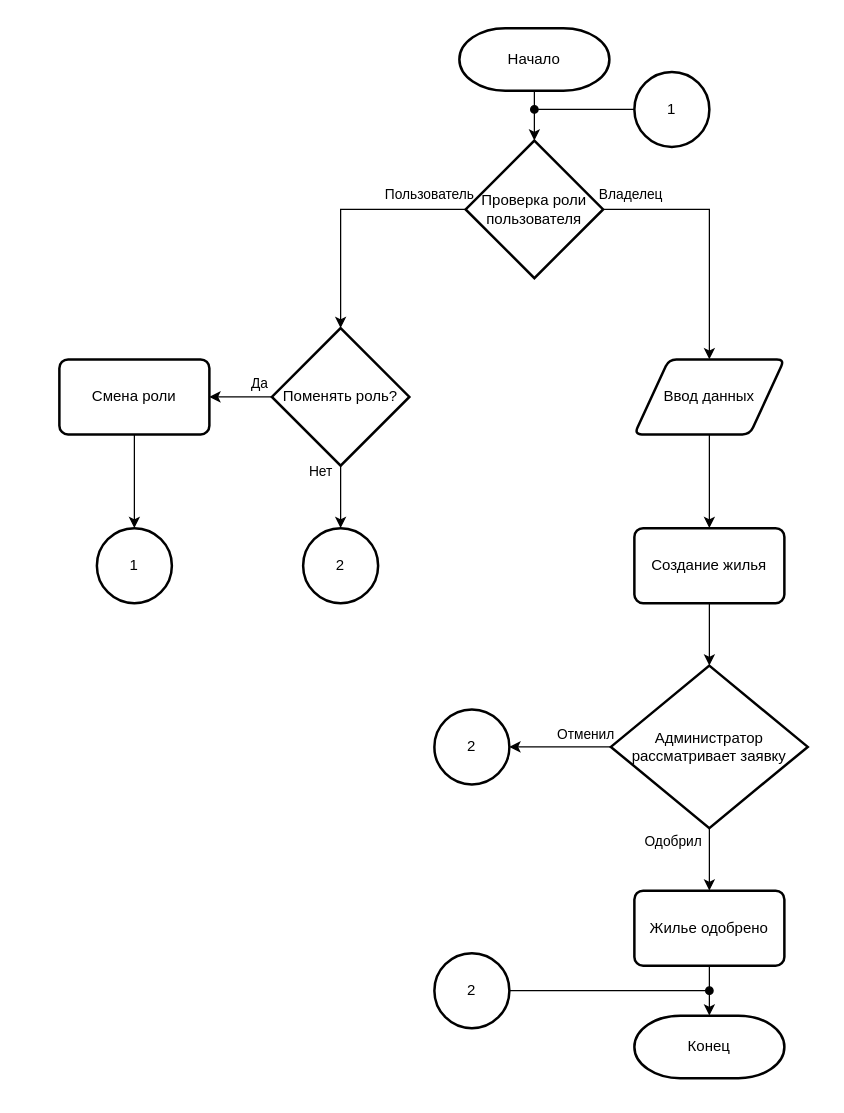
This is KURSACH/Алгоритм создания жилья.drawio from Slnpa/Diplom, a draw.io file, before an edit. Source tidied: cells renumbered, new cells numbered last; positions are measured from the earlier drawing's top-left corner, leaving out a move shared by most shapes. Both pictures are drawn from the tidied source at 125%, with x=0, y=0 at pixel (59, 28).
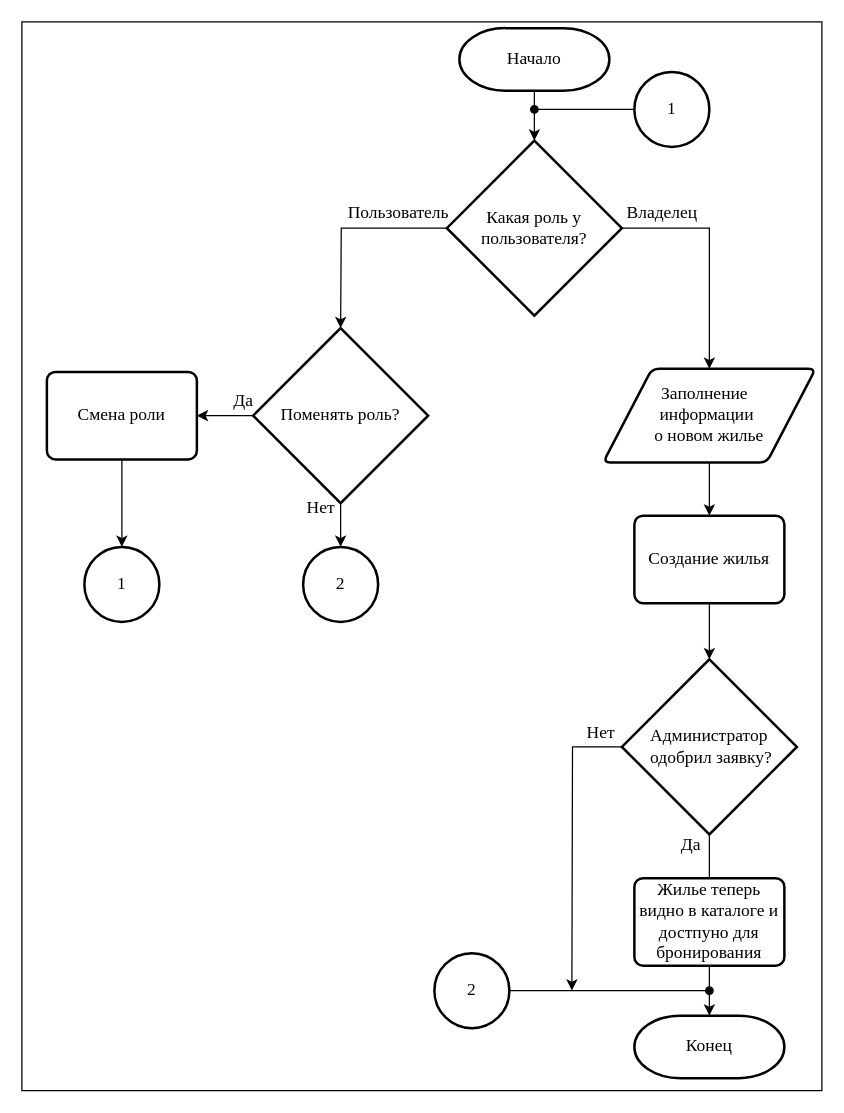
Above is the later version.

Change to the diagram source:
```diff
@@
+    <mxCell id="35" style="rounded=0;whiteSpace=wrap;html=1;" parent="1" vertex="1">
+      <mxGeometry x="-30" y="-5" width="640" height="855" as="geometry" />
+    </mxCell>
-    <mxCell id="2" style="edgeStyle=orthogonalEdgeStyle;rounded=0;jettySize=auto;html=1;" parent="1" edge="1" source="3" target="8">
-      <mxGeometry relative="1" as="geometry" />
+    <mxCell id="2" style="edgeStyle=orthogonalEdgeStyle;rounded=0;jettySize=auto;html=1;fontFamily=Times New Roman;fontSize=14;" parent="1" edge="1" source="3">
+      <mxGeometry relative="1" as="geometry">
+        <mxPoint x="380" y="90" as="targetPoint" />
+      </mxGeometry>
     </mxCell>
-    <mxCell id="3" value="Начало" style="strokeWidth=2;html=1;shape=mxgraph.flowchart.terminator;whiteSpace=wrap;" parent="1" vertex="1">
+    <mxCell id="3" value="Начало" style="strokeWidth=2;html=1;shape=mxgraph.flowchart.terminator;whiteSpace=wrap;fontFamily=Times New Roman;fontSize=14;" parent="1" vertex="1">
       <mxGeometry x="320" width="120" height="50" as="geometry" />
     </mxCell>
-    <mxCell id="4" style="edgeStyle=orthogonalEdgeStyle;rounded=0;jettySize=auto;html=1;" parent="1" edge="1" source="8" target="15">
-      <mxGeometry relative="1" as="geometry" />
+    <mxCell id="4" style="edgeStyle=orthogonalEdgeStyle;rounded=0;jettySize=auto;html=1;fontFamily=Times New Roman;fontSize=14;" parent="1" edge="1" source="36">
+      <mxGeometry relative="1" as="geometry">
+        <mxPoint x="225" y="240" as="targetPoint" />
+      </mxGeometry>
     </mxCell>
-    <mxCell id="5" value="Пользователь" style="edgeLabel;html=1;align=center;verticalAlign=middle;" parent="4" vertex="1">
+    <mxCell id="5" value="Пользователь" style="edgeLabel;html=1;align=center;verticalAlign=middle;fontFamily=Times New Roman;fontSize=14;" parent="4" vertex="1">
       <mxGeometry x="-0.76" relative="1" as="geometry">
-        <mxPoint x="-7" y="-13" as="offset" />
+        <mxPoint x="-20" y="-13" as="offset" />
       </mxGeometry>
     </mxCell>
-    <mxCell id="6" style="edgeStyle=orthogonalEdgeStyle;rounded=0;jettySize=auto;html=1;" parent="1" edge="1" source="8" target="19">
-      <mxGeometry relative="1" as="geometry" />
+    <mxCell id="6" style="edgeStyle=orthogonalEdgeStyle;rounded=0;jettySize=auto;html=1;fontFamily=Times New Roman;fontSize=14;" parent="1" edge="1" source="36" target="19">
+      <mxGeometry relative="1" as="geometry">
+        <Array as="points">
+          <mxPoint x="520" y="160" />
+        </Array>
+      </mxGeometry>
     </mxCell>
-    <mxCell id="7" value="Владелец" style="edgeLabel;html=1;align=center;verticalAlign=middle;" parent="6" vertex="1">
+    <mxCell id="7" value="Владелец" style="edgeLabel;html=1;align=center;verticalAlign=middle;fontFamily=Times New Roman;fontSize=14;" parent="6" vertex="1">
       <mxGeometry x="-0.85" y="-1" relative="1" as="geometry">
-        <mxPoint x="6" y="-14" as="offset" />
+        <mxPoint x="17" y="-14" as="offset" />
       </mxGeometry>
     </mxCell>
-    <mxCell id="8" value="Проверка роли пользователя" style="strokeWidth=2;html=1;shape=mxgraph.flowchart.decision;whiteSpace=wrap;" parent="1" vertex="1">
-      <mxGeometry x="325" y="90" width="110" height="110" as="geometry" />
-    </mxCell>
-    <mxCell id="9" style="edgeStyle=orthogonalEdgeStyle;rounded=0;orthogonalLoop=1;jettySize=auto;html=1;endArrow=oval;endFill=1;" parent="1" edge="1">
+    <mxCell id="9" style="edgeStyle=orthogonalEdgeStyle;rounded=0;orthogonalLoop=1;jettySize=auto;html=1;endArrow=oval;endFill=1;fontFamily=Times New Roman;fontSize=14;" parent="1" edge="1">
       <mxGeometry relative="1" as="geometry">
         <mxPoint x="460" y="65" as="sourcePoint" />
         <mxPoint x="380" y="65" as="targetPoint" />
       </mxGeometry>
     </mxCell>
-    <mxCell id="10" value="1" style="strokeWidth=2;html=1;shape=mxgraph.flowchart.start_2;whiteSpace=wrap;" parent="1" vertex="1">
+    <mxCell id="10" value="1" style="strokeWidth=2;html=1;shape=mxgraph.flowchart.start_2;whiteSpace=wrap;fontFamily=Times New Roman;fontSize=14;" parent="1" vertex="1">
       <mxGeometry x="460" y="35" width="60" height="60" as="geometry" />
     </mxCell>
-    <mxCell id="11" style="edgeStyle=orthogonalEdgeStyle;rounded=0;jettySize=auto;html=1;" parent="1" edge="1" source="15" target="17">
+    <mxCell id="11" style="edgeStyle=orthogonalEdgeStyle;rounded=0;jettySize=auto;html=1;fontFamily=Times New Roman;fontSize=14;" parent="1" edge="1" source="15" target="17">
       <mxGeometry relative="1" as="geometry" />
     </mxCell>
-    <mxCell id="12" value="Нет" style="edgeLabel;html=1;align=center;verticalAlign=middle;" parent="11" vertex="1">
+    <mxCell id="12" value="Нет" style="edgeLabel;html=1;align=center;verticalAlign=middle;fontFamily=Times New Roman;fontSize=14;" parent="11" vertex="1">
       <mxGeometry x="-0.62" y="-1" relative="1" as="geometry">
         <mxPoint x="-16" y="-6" as="offset" />
       </mxGeometry>
     </mxCell>
-    <mxCell id="13" style="edgeStyle=orthogonalEdgeStyle;rounded=0;jettySize=auto;html=1;" parent="1" edge="1" source="15" target="34">
+    <mxCell id="13" style="edgeStyle=orthogonalEdgeStyle;rounded=0;jettySize=auto;html=1;fontFamily=Times New Roman;fontSize=14;" parent="1" edge="1" source="15" target="34">
       <mxGeometry relative="1" as="geometry" />
     </mxCell>
-    <mxCell id="14" value="Да" style="edgeLabel;html=1;align=center;verticalAlign=middle;" parent="13" vertex="1">
+    <mxCell id="14" value="Да" style="edgeLabel;html=1;align=center;verticalAlign=middle;fontFamily=Times New Roman;fontSize=14;" parent="13" vertex="1">
       <mxGeometry x="-0.24" y="-1" relative="1" as="geometry">
         <mxPoint x="8" y="-11" as="offset" />
       </mxGeometry>
     </mxCell>
-    <mxCell id="15" value="Поменять роль?" style="strokeWidth=2;html=1;shape=mxgraph.flowchart.decision;whiteSpace=wrap;" parent="1" vertex="1">
-      <mxGeometry x="170" y="240" width="110" height="110" as="geometry" />
-    </mxCell>
-    <mxCell id="16" value="1" style="strokeWidth=2;html=1;shape=mxgraph.flowchart.start_2;whiteSpace=wrap;" parent="1" vertex="1">
-      <mxGeometry x="30" y="400" width="60" height="60" as="geometry" />
+    <mxCell id="16" value="1" style="strokeWidth=2;html=1;shape=mxgraph.flowchart.start_2;whiteSpace=wrap;fontFamily=Times New Roman;fontSize=14;" parent="1" vertex="1">
+      <mxGeometry x="20" y="415" width="60" height="60" as="geometry" />
     </mxCell>
-    <mxCell id="17" value="2" style="strokeWidth=2;html=1;shape=mxgraph.flowchart.start_2;whiteSpace=wrap;" parent="1" vertex="1">
-      <mxGeometry x="195" y="400" width="60" height="60" as="geometry" />
+    <mxCell id="17" value="2" style="strokeWidth=2;html=1;shape=mxgraph.flowchart.start_2;whiteSpace=wrap;fontFamily=Times New Roman;fontSize=14;" parent="1" vertex="1">
+      <mxGeometry x="195" y="415" width="60" height="60" as="geometry" />
     </mxCell>
-    <mxCell id="18" style="edgeStyle=orthogonalEdgeStyle;rounded=0;jettySize=auto;html=1;" parent="1" edge="1" source="19" target="21">
+    <mxCell id="18" style="edgeStyle=orthogonalEdgeStyle;rounded=0;jettySize=auto;html=1;fontFamily=Times New Roman;fontSize=14;" parent="1" edge="1" source="19" target="21">
       <mxGeometry relative="1" as="geometry" />
     </mxCell>
-    <mxCell id="19" value="Ввод данных" style="shape=parallelogram;html=1;strokeWidth=2;perimeter=parallelogramPerimeter;whiteSpace=wrap;rounded=1;arcSize=12;size=0.23;" parent="1" vertex="1">
-      <mxGeometry x="460" y="265" width="120" height="60" as="geometry" />
+    <mxCell id="19" value="Заполнение&amp;nbsp;&amp;nbsp;&lt;div&gt;информации&amp;nbsp;&lt;/div&gt;&lt;div&gt;о новом жилье&lt;/div&gt;" style="shape=parallelogram;html=1;strokeWidth=2;perimeter=parallelogramPerimeter;whiteSpace=wrap;rounded=1;arcSize=12;size=0.23;fontFamily=Times New Roman;fontSize=14;" parent="1" vertex="1">
+      <mxGeometry x="435" y="272.5" width="170" height="75" as="geometry" />
     </mxCell>
-    <mxCell id="20" style="edgeStyle=orthogonalEdgeStyle;rounded=0;jettySize=auto;html=1;" parent="1" edge="1" source="21" target="26">
+    <mxCell id="20" style="edgeStyle=orthogonalEdgeStyle;rounded=0;jettySize=auto;html=1;fontFamily=Times New Roman;fontSize=14;" parent="1" edge="1" source="21" target="26">
       <mxGeometry relative="1" as="geometry" />
     </mxCell>
-    <mxCell id="21" value="Создание жилья" style="rounded=1;whiteSpace=wrap;html=1;absoluteArcSize=1;arcSize=14;strokeWidth=2;" parent="1" vertex="1">
-      <mxGeometry x="460" y="400" width="120" height="60" as="geometry" />
+    <mxCell id="21" value="Создание жилья" style="rounded=1;whiteSpace=wrap;html=1;absoluteArcSize=1;arcSize=14;strokeWidth=2;fontFamily=Times New Roman;fontSize=14;" parent="1" vertex="1">
+      <mxGeometry x="460" y="390" width="120" height="70" as="geometry" />
     </mxCell>
-    <mxCell id="22" style="edgeStyle=orthogonalEdgeStyle;rounded=0;jettySize=auto;html=1;" parent="1" edge="1" source="26" target="27">
-      <mxGeometry relative="1" as="geometry" />
+    <mxCell id="22" style="edgeStyle=orthogonalEdgeStyle;rounded=0;jettySize=auto;html=1;fontFamily=Times New Roman;fontSize=14;" parent="1" edge="1" source="26">
+      <mxGeometry relative="1" as="geometry">
+        <mxPoint x="410" y="770" as="targetPoint" />
+      </mxGeometry>
     </mxCell>
-    <mxCell id="23" value="Отменил" style="edgeLabel;html=1;align=center;verticalAlign=middle;" parent="22" vertex="1">
+    <mxCell id="23" value="Нет" style="edgeLabel;html=1;align=center;verticalAlign=middle;fontFamily=Times New Roman;fontSize=14;" parent="22" vertex="1">
       <mxGeometry x="-0.49" y="1" relative="1" as="geometry">
-        <mxPoint y="-12" as="offset" />
+        <mxPoint x="21" y="-32" as="offset" />
       </mxGeometry>
     </mxCell>
-    <mxCell id="24" style="edgeStyle=orthogonalEdgeStyle;rounded=0;jettySize=auto;html=1;" parent="1" edge="1" source="26">
+    <mxCell id="24" style="edgeStyle=orthogonalEdgeStyle;rounded=0;jettySize=auto;html=1;fontFamily=Times New Roman;fontSize=14;" parent="1" edge="1" source="26">
       <mxGeometry relative="1" as="geometry">
         <mxPoint x="520" y="690" as="targetPoint" />
       </mxGeometry>
     </mxCell>
-    <mxCell id="25" value="Одобрил" style="edgeLabel;html=1;align=center;verticalAlign=middle;" parent="24" vertex="1">
+    <mxCell id="25" value="Да" style="edgeLabel;html=1;align=center;verticalAlign=middle;fontFamily=Times New Roman;fontSize=14;" parent="24" vertex="1">
       <mxGeometry x="-0.28" y="1" relative="1" as="geometry">
-        <mxPoint x="-31" y="-8" as="offset" />
+        <mxPoint x="-17" y="-8" as="offset" />
       </mxGeometry>
     </mxCell>
-    <mxCell id="26" value="Администратор рассматривает заявку" style="strokeWidth=2;html=1;shape=mxgraph.flowchart.decision;whiteSpace=wrap;" parent="1" vertex="1">
-      <mxGeometry x="441.2" y="510" width="157.5" height="130" as="geometry" />
+    <mxCell id="26" value="&amp;nbsp; &amp;nbsp;Администратор&amp;nbsp; &amp;nbsp; &amp;nbsp;одобрил заявку?" style="strokeWidth=2;html=1;shape=mxgraph.flowchart.decision;whiteSpace=wrap;fontFamily=Times New Roman;fontSize=14;align=center;verticalAlign=middle;" parent="1" vertex="1">
+      <mxGeometry x="450" y="505" width="140" height="140" as="geometry" />
     </mxCell>
-    <mxCell id="27" value="2" style="strokeWidth=2;html=1;shape=mxgraph.flowchart.start_2;whiteSpace=wrap;" parent="1" vertex="1">
-      <mxGeometry x="300" y="545" width="60" height="60" as="geometry" />
-    </mxCell>
-    <mxCell id="28" style="edgeStyle=orthogonalEdgeStyle;rounded=0;jettySize=auto;html=1;" parent="1" edge="1" source="29" target="30">
+    <mxCell id="28" style="edgeStyle=orthogonalEdgeStyle;rounded=0;jettySize=auto;html=1;fontFamily=Times New Roman;fontSize=14;" parent="1" edge="1" source="29" target="30">
       <mxGeometry relative="1" as="geometry" />
     </mxCell>
-    <mxCell id="29" value="Жилье одобрено" style="rounded=1;whiteSpace=wrap;html=1;absoluteArcSize=1;arcSize=14;strokeWidth=2;" parent="1" vertex="1">
-      <mxGeometry x="460" y="690" width="120" height="60" as="geometry" />
+    <mxCell id="29" value="Жилье теперь видно в каталоге и достпуно для бронирования" style="rounded=1;whiteSpace=wrap;html=1;absoluteArcSize=1;arcSize=14;strokeWidth=2;fontFamily=Times New Roman;fontSize=14;" parent="1" vertex="1">
+      <mxGeometry x="460" y="680" width="120" height="70" as="geometry" />
     </mxCell>
-    <mxCell id="30" value="Конец" style="strokeWidth=2;html=1;shape=mxgraph.flowchart.terminator;whiteSpace=wrap;" parent="1" vertex="1">
+    <mxCell id="30" value="Конец" style="strokeWidth=2;html=1;shape=mxgraph.flowchart.terminator;whiteSpace=wrap;fontFamily=Times New Roman;fontSize=14;" parent="1" vertex="1">
       <mxGeometry x="460" y="790" width="120" height="50" as="geometry" />
     </mxCell>
-    <mxCell id="31" style="edgeStyle=orthogonalEdgeStyle;rounded=0;jettySize=auto;html=1;endArrow=oval;endFill=1;" parent="1" edge="1" source="32">
+    <mxCell id="31" style="edgeStyle=orthogonalEdgeStyle;rounded=0;jettySize=auto;html=1;endArrow=oval;endFill=1;fontFamily=Times New Roman;fontSize=14;" parent="1" edge="1" source="32">
       <mxGeometry relative="1" as="geometry">
         <mxPoint x="520" y="770" as="targetPoint" />
       </mxGeometry>
     </mxCell>
-    <mxCell id="32" value="2" style="strokeWidth=2;html=1;shape=mxgraph.flowchart.start_2;whiteSpace=wrap;" parent="1" vertex="1">
+    <mxCell id="32" value="2" style="strokeWidth=2;html=1;shape=mxgraph.flowchart.start_2;whiteSpace=wrap;fontFamily=Times New Roman;fontSize=14;" parent="1" vertex="1">
       <mxGeometry x="300" y="740" width="60" height="60" as="geometry" />
     </mxCell>
-    <mxCell id="33" style="edgeStyle=orthogonalEdgeStyle;rounded=0;jettySize=auto;html=1;" parent="1" edge="1" source="34" target="16">
+    <mxCell id="33" style="edgeStyle=orthogonalEdgeStyle;rounded=0;jettySize=auto;html=1;fontFamily=Times New Roman;fontSize=14;" parent="1" edge="1" source="34" target="16">
       <mxGeometry relative="1" as="geometry" />
     </mxCell>
-    <mxCell id="34" value="Смена роли" style="rounded=1;whiteSpace=wrap;html=1;absoluteArcSize=1;arcSize=14;strokeWidth=2;" parent="1" vertex="1">
-      <mxGeometry y="265" width="120" height="60" as="geometry" />
+    <mxCell id="34" value="Смена роли" style="rounded=1;whiteSpace=wrap;html=1;absoluteArcSize=1;arcSize=14;strokeWidth=2;fontFamily=Times New Roman;fontSize=14;" parent="1" vertex="1">
+      <mxGeometry x="-10" y="275" width="120" height="70" as="geometry" />
     </mxCell>
+    <mxCell id="36" value="Какая роль у пользователя?" style="strokeWidth=2;html=1;shape=mxgraph.flowchart.decision;whiteSpace=wrap;fontFamily=Times New Roman;fontSize=14;align=center;verticalAlign=middle;" parent="1" vertex="1">
+      <mxGeometry x="310" y="90" width="140" height="140" as="geometry" />
+    </mxCell>
+    <mxCell id="15" value="Поменять роль?" style="strokeWidth=2;html=1;shape=mxgraph.flowchart.decision;whiteSpace=wrap;fontFamily=Times New Roman;fontSize=14;align=center;verticalAlign=middle;" parent="1" vertex="1">
+      <mxGeometry x="155" y="240" width="140" height="140" as="geometry" />
+    </mxCell>
```
